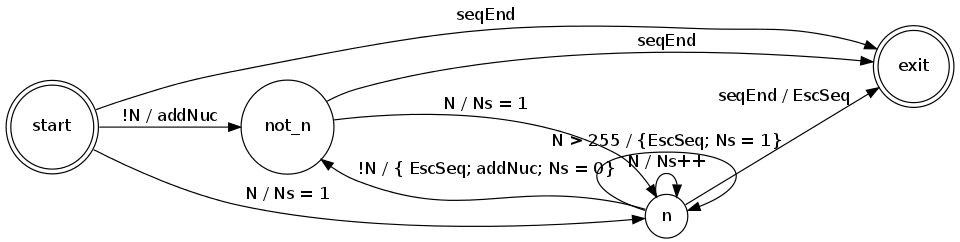
This is doc/machine.png from lboquillon/nuca, a Graphviz export, as it was before one commit. Its source is kept beside it as doc/machine.dot.
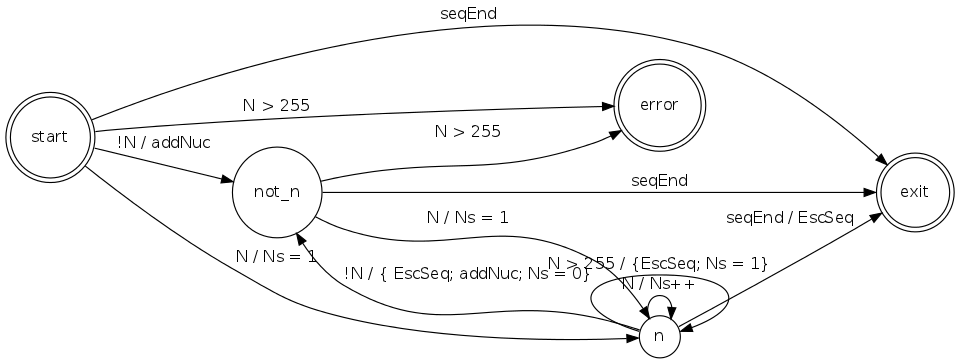
The same file after the commit.

Commit message:
added error state

Diff of the diagram source:
```diff
@@ -1,13 +1,15 @@
 digraph escape_sequence_fsm {
 	rankdir = LR;
 	size="10"
-	node [shape = doublecircle]; start exit;
+	node [shape = doublecircle]; start exit error;
 	node [shape = circle];
 	start -> not_n [ label = "!N / addNuc" ];
 	start -> n [label = "N / Ns = 1" ];
 	start -> exit [label = "seqEnd"];
+	start -> error [label = "N > 255"];
 	not_n -> n [label = "N / Ns = 1"];
 	not_n -> exit [label = "seqEnd"];
+	not_n -> error [label = "N > 255"];
 	n -> not_n [label = "!N / { EscSeq; addNuc; Ns = 0}"];
 	n -> n [label= "N / Ns++"];
 	n -> n [label= "N > 255 / {EscSeq; Ns = 1}"];
```
